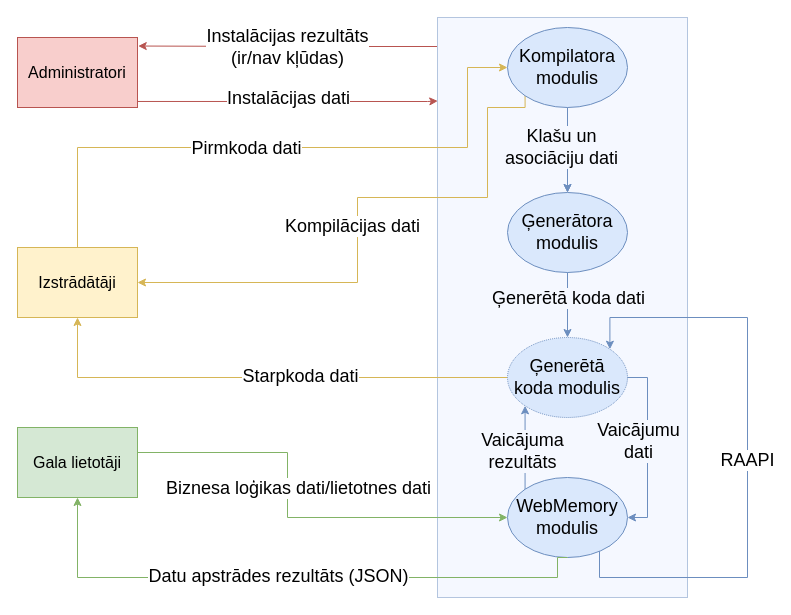
Above: page "DPD 1. level" (3 of 8) of src/Kvalifikacijas darbs/arhitektura.drawio in artiks12/webAppOS (draw.io), before the change. Source tidied: cells renumbered, new cells numbered last; positions are measured from the earlier drawing's top-left corner, leaving out a move shared by most shapes. Both pictures are drawn from the tidied source at 100%, with x=0, y=0 at pixel (17, 17).
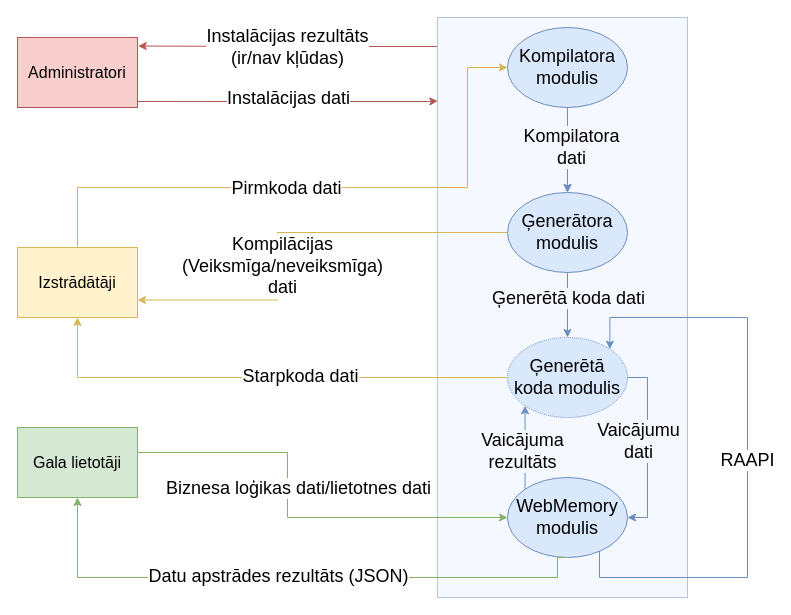
The same page after the edit.

The change refers to these unchanged cells:
```xml
<mxCell id="7" value="&lt;font style=&quot;font-size: 18px&quot;&gt;Ģenerātora modulis&lt;/font&gt;" style="ellipse;whiteSpace=wrap;html=1;fillColor=#dae8fc;strokeColor=#6c8ebf;" parent="1" vertex="1">
  <mxGeometry x="490" y="175" width="120" height="80" as="geometry" />
</mxCell>
<mxCell id="20" value="&lt;font size=&quot;3&quot;&gt;Izstrādātāji&lt;/font&gt;" style="rounded=0;whiteSpace=wrap;html=1;fillColor=#fff2cc;strokeColor=#d6b656;" parent="1" vertex="1">
  <mxGeometry y="230" width="120" height="70" as="geometry" />
</mxCell>
<mxCell id="32" value="&lt;font style=&quot;font-size: 18px&quot;&gt;Kompilatora modulis&lt;/font&gt;" style="ellipse;whiteSpace=wrap;html=1;fillColor=#dae8fc;strokeColor=#6c8ebf;" parent="1" vertex="1">
  <mxGeometry x="490" y="10" width="120" height="80" as="geometry" />
</mxCell>
```

The edit, as a diff of the source:
```diff
@@
+    <mxCell id="35" style="edgeStyle=orthogonalEdgeStyle;rounded=0;jettySize=auto;html=1;entryX=1;entryY=0.75;entryDx=0;entryDy=0;fillColor=#fff2cc;strokeColor=#d6b656;" parent="1" edge="1" source="7" target="20">
+      <mxGeometry relative="1" as="geometry">
+        <Array as="points">
+          <mxPoint x="260" y="215" />
+          <mxPoint x="260" y="283" />
+        </Array>
+      </mxGeometry>
+    </mxCell>
@@
     <mxCell id="17" style="edgeStyle=orthogonalEdgeStyle;rounded=0;jettySize=auto;html=1;entryX=0;entryY=0.5;entryDx=0;entryDy=0;exitX=0.5;exitY=0;exitDx=0;exitDy=0;fillColor=#fff2cc;strokeColor=#d6b656;" parent="1" edge="1" source="20" target="32">
       <mxGeometry relative="1" as="geometry">
         <Array as="points">
-          <mxPoint x="60" y="130" />
-          <mxPoint x="450" y="130" />
+          <mxPoint x="60" y="170" />
+          <mxPoint x="450" y="170" />
           <mxPoint x="450" y="50" />
         </Array>
       </mxGeometry>
     </mxCell>
@@
-    <mxCell id="19" style="edgeStyle=orthogonalEdgeStyle;rounded=0;jettySize=auto;html=1;exitX=0;exitY=1;exitDx=0;exitDy=0;fillColor=#fff2cc;strokeColor=#d6b656;entryX=1;entryY=0.5;entryDx=0;entryDy=0;" parent="1" edge="1" source="32" target="20">
-      <mxGeometry relative="1" as="geometry">
-        <Array as="points">
-          <mxPoint x="508" y="90" />
-          <mxPoint x="470" y="90" />
-          <mxPoint x="470" y="180" />
-          <mxPoint x="340" y="180" />
-          <mxPoint x="340" y="265" />
-        </Array>
-      </mxGeometry>
-    </mxCell>
@@
-    <mxCell id="33" value="&lt;font style=&quot;font-size: 18px&quot;&gt;Kompilācijas dati&lt;/font&gt;" style="edgeLabel;html=1;align=center;verticalAlign=middle;" parent="1" vertex="1">
-      <mxGeometry x="320" y="220" as="geometry">
+    <mxCell id="33" value="&lt;font style=&quot;font-size: 18px&quot;&gt;Kompilācijas &lt;br&gt;(Veiksmīga/neveiksmīga)&lt;br&gt;dati&lt;/font&gt;" style="edgeLabel;html=1;align=center;verticalAlign=middle;" parent="1" vertex="1">
+      <mxGeometry x="250" y="260" as="geometry">
         <mxPoint x="14" y="-12" as="offset" />
       </mxGeometry>
     </mxCell>
-    <mxCell id="34" value="&lt;span style=&quot;font-size: 18px&quot;&gt;Klašu un &lt;br&gt;asociāciju dati&lt;/span&gt;" style="edgeLabel;html=1;align=center;verticalAlign=middle;labelBackgroundColor=#F5F8FF;" parent="1" vertex="1">
-      <mxGeometry x="550" y="140" as="geometry">
+    <mxCell id="34" value="&lt;span style=&quot;font-size: 18px&quot;&gt;Kompilatora &lt;br&gt;dati&lt;/span&gt;" style="edgeLabel;html=1;align=center;verticalAlign=middle;labelBackgroundColor=#F5F8FF;" parent="1" vertex="1">
+      <mxGeometry x="560" y="140" as="geometry">
         <mxPoint x="-7" y="-11" as="offset" />
       </mxGeometry>
     </mxCell>
```
